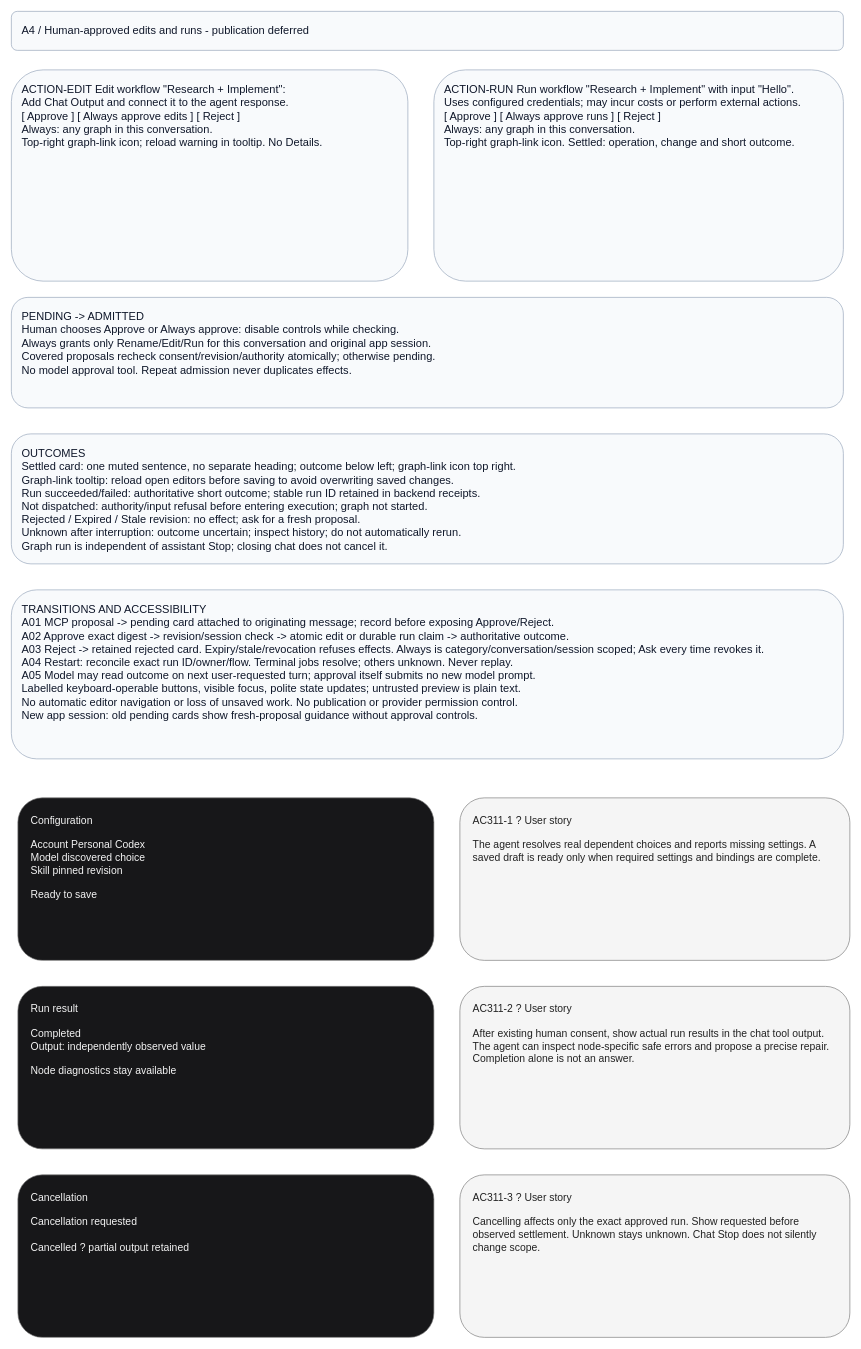
The draw.io diagram page "A4 - Human-approved graph actions" (4 of 8) of projects/laomedo/subsystems/agent-execution/design/application-assistant.drawio in amadou-6e/specs, before the edit. Source tidied: cells renumbered, new cells numbered last; positions are measured from the earlier drawing's top-left corner, leaving out a move shared by most shapes. Both pictures are drawn from the tidied source at 65%, with x=0, y=0 at pixel (11, 11).
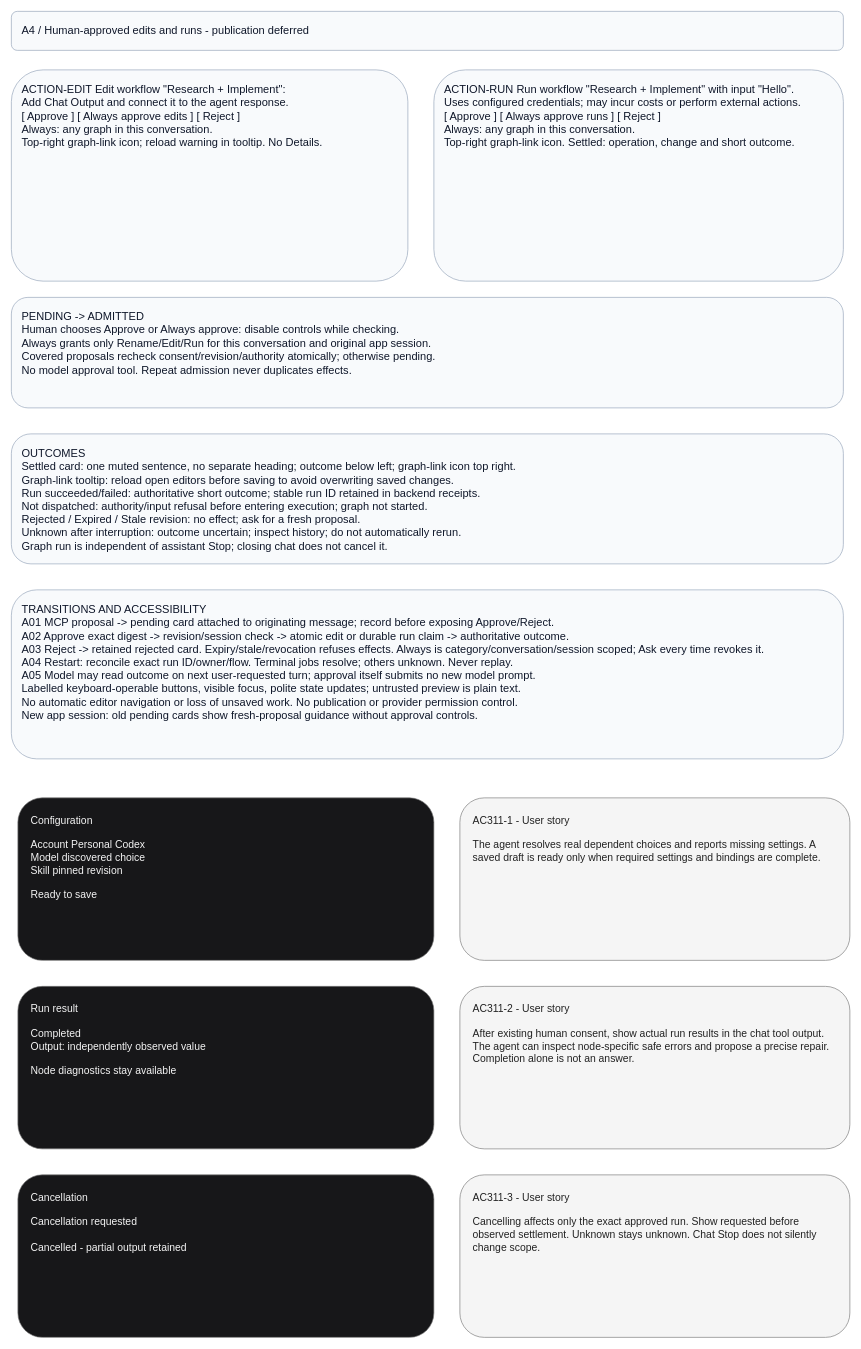
After the change.

Commit message:
Correct authoring story punctuation in A4 design

What changed in the source:
```diff
@@
 <mxGraphModel>
   <root>
     <mxCell id="0" />
     <mxCell id="1" parent="0" />
     <mxCell id="2" value="A4 / Human-approved edits and runs - publication deferred" style="rounded=1;whiteSpace=wrap;html=0;fillColor=#f8fafc;strokeColor=#94a3b8;fontColor=#0f172a;fontFamily=Arial;fontSize=17;align=left;verticalAlign=top;spacing=16;" parent="1" vertex="1">
       <mxGeometry width="1280" height="60" as="geometry" />
     </mxCell>
     <mxCell id="3" value="ACTION-EDIT  Edit workflow &quot;Research + Implement&quot;:&#10;Add Chat Output and connect it to the agent response.&#10;[ Approve ] [ Always approve edits ] [ Reject ]&#10;Always: any graph in this conversation.&#10;Top-right graph-link icon; reload warning in tooltip. No Details." style="rounded=1;whiteSpace=wrap;html=0;fillColor=#f8fafc;strokeColor=#94a3b8;fontColor=#0f172a;fontFamily=Arial;fontSize=17;align=left;verticalAlign=top;spacing=16;" parent="1" vertex="1">
       <mxGeometry y="90" width="610" height="325" as="geometry" />
     </mxCell>
     <mxCell id="4" value="ACTION-RUN  Run workflow &quot;Research + Implement&quot; with input &quot;Hello&quot;.&#10;Uses configured credentials; may incur costs or perform external actions.&#10;[ Approve ] [ Always approve runs ] [ Reject ]&#10;Always: any graph in this conversation.&#10;Top-right graph-link icon. Settled: operation, change and short outcome." style="rounded=1;whiteSpace=wrap;html=0;fillColor=#f8fafc;strokeColor=#94a3b8;fontColor=#0f172a;fontFamily=Arial;fontSize=17;align=left;verticalAlign=top;spacing=16;" parent="1" vertex="1">
       <mxGeometry x="650" y="90" width="630" height="325" as="geometry" />
     </mxCell>
     <mxCell id="5" value="PENDING -&gt; ADMITTED&#10;Human chooses Approve or Always approve: disable controls while checking.&#10;Always grants only Rename/Edit/Run for this conversation and original app session.&#10;Covered proposals recheck consent/revision/authority atomically; otherwise pending.&#10;No model approval tool. Repeat admission never duplicates effects." style="rounded=1;whiteSpace=wrap;html=0;fillColor=#f8fafc;strokeColor=#94a3b8;fontColor=#0f172a;fontFamily=Arial;fontSize=17;align=left;verticalAlign=top;spacing=16;" parent="1" vertex="1">
       <mxGeometry y="440" width="1280" height="170" as="geometry" />
     </mxCell>
     <mxCell id="6" value="OUTCOMES&#10;Settled card: one muted sentence, no separate heading; outcome below left; graph-link icon top right.&#10;Graph-link tooltip: reload open editors before saving to avoid overwriting saved changes.&#10;Run succeeded/failed: authoritative short outcome; stable run ID retained in backend receipts.&#10;Not dispatched: authority/input refusal before entering execution; graph not started.&#10;Rejected / Expired / Stale revision: no effect; ask for a fresh proposal.&#10;Unknown after interruption: outcome uncertain; inspect history; do not automatically rerun.&#10;Graph run is independent of assistant Stop; closing chat does not cancel it." style="rounded=1;whiteSpace=wrap;html=0;fillColor=#f8fafc;strokeColor=#94a3b8;fontColor=#0f172a;fontFamily=Arial;fontSize=17;align=left;verticalAlign=top;spacing=16;" parent="1" vertex="1">
       <mxGeometry y="650" width="1280" height="200" as="geometry" />
     </mxCell>
     <mxCell id="7" value="TRANSITIONS AND ACCESSIBILITY&#10;A01 MCP proposal -&gt; pending card attached to originating message; record before exposing Approve/Reject.&#10;A02 Approve exact digest -&gt; revision/session check -&gt; atomic edit or durable run claim -&gt; authoritative outcome.&#10;A03 Reject -&gt; retained rejected card. Expiry/stale/revocation refuses effects. Always is category/conversation/session scoped; Ask every time revokes it.&#10;A04 Restart: reconcile exact run ID/owner/flow. Terminal jobs resolve; others unknown. Never replay.&#10;A05 Model may read outcome on next user-requested turn; approval itself submits no new model prompt.&#10;Labelled keyboard-operable buttons, visible focus, polite state updates; untrusted preview is plain text.&#10;No automatic editor navigation or loss of unsaved work. No publication or provider permission control.&#10;New app session: old pending cards show fresh-proposal guidance without approval controls." style="rounded=1;whiteSpace=wrap;html=0;fillColor=#f8fafc;strokeColor=#94a3b8;fontColor=#0f172a;fontFamily=Arial;fontSize=17;align=left;verticalAlign=top;spacing=16;" parent="1" vertex="1">
       <mxGeometry y="890" width="1280" height="260" as="geometry" />
     </mxCell>
     <mxCell id="8" value="Configuration&#10;&#10;Account  Personal Codex&#10;Model  discovered choice&#10;Skill  pinned revision&#10;&#10;Ready to save" style="rounded=1;whiteSpace=wrap;html=0;align=left;verticalAlign=top;spacing=20;fontSize=16;fillColor=#171719;fontColor=#f5f5f5;strokeColor=#777777;" parent="1" vertex="1">
       <mxGeometry x="10" y="1210" width="640" height="250" as="geometry" />
     </mxCell>
-    <mxCell id="9" value="AC311-1 ? User story&#10;&#10;The agent resolves real dependent choices and reports missing settings. A saved draft is ready only when required settings and bindings are complete." style="rounded=1;whiteSpace=wrap;html=0;align=left;verticalAlign=top;spacing=20;fontSize=16;fillColor=#f5f5f5;fontColor=#222222;strokeColor=#777777;" parent="1" vertex="1">
+    <mxCell id="9" value="AC311-1 - User story&#10;&#10;The agent resolves real dependent choices and reports missing settings. A saved draft is ready only when required settings and bindings are complete." style="rounded=1;whiteSpace=wrap;html=0;align=left;verticalAlign=top;spacing=20;fontSize=16;fillColor=#f5f5f5;fontColor=#222222;strokeColor=#777777;" parent="1" vertex="1">
       <mxGeometry x="690" y="1210" width="600" height="250" as="geometry" />
     </mxCell>
     <mxCell id="10" value="Run result&#10;&#10;Completed&#10;Output: independently observed value&#10;&#10;Node diagnostics stay available" style="rounded=1;whiteSpace=wrap;html=0;align=left;verticalAlign=top;spacing=20;fontSize=16;fillColor=#171719;fontColor=#f5f5f5;strokeColor=#777777;" parent="1" vertex="1">
       <mxGeometry x="10" y="1500" width="640" height="250" as="geometry" />
     </mxCell>
-    <mxCell id="11" value="AC311-2 ? User story&#10;&#10;After existing human consent, show actual run results in the chat tool output. The agent can inspect node-specific safe errors and propose a precise repair. Completion alone is not an answer." style="rounded=1;whiteSpace=wrap;html=0;align=left;verticalAlign=top;spacing=20;fontSize=16;fillColor=#f5f5f5;fontColor=#222222;strokeColor=#777777;" parent="1" vertex="1">
+    <mxCell id="11" value="AC311-2 - User story&#10;&#10;After existing human consent, show actual run results in the chat tool output. The agent can inspect node-specific safe errors and propose a precise repair. Completion alone is not an answer." style="rounded=1;whiteSpace=wrap;html=0;align=left;verticalAlign=top;spacing=20;fontSize=16;fillColor=#f5f5f5;fontColor=#222222;strokeColor=#777777;" parent="1" vertex="1">
       <mxGeometry x="690" y="1500" width="600" height="250" as="geometry" />
     </mxCell>
-    <mxCell id="12" value="Cancellation&#10;&#10;Cancellation requested&#10;&#10;Cancelled ? partial output retained" style="rounded=1;whiteSpace=wrap;html=0;align=left;verticalAlign=top;spacing=20;fontSize=16;fillColor=#171719;fontColor=#f5f5f5;strokeColor=#777777;" parent="1" vertex="1">
+    <mxCell id="12" value="Cancellation&#10;&#10;Cancellation requested&#10;&#10;Cancelled - partial output retained" style="rounded=1;whiteSpace=wrap;html=0;align=left;verticalAlign=top;spacing=20;fontSize=16;fillColor=#171719;fontColor=#f5f5f5;strokeColor=#777777;" parent="1" vertex="1">
       <mxGeometry x="10" y="1790" width="640" height="250" as="geometry" />
     </mxCell>
-    <mxCell id="13" value="AC311-3 ? User story&#10;&#10;Cancelling affects only the exact approved run. Show requested before observed settlement. Unknown stays unknown. Chat Stop does not silently change scope." style="rounded=1;whiteSpace=wrap;html=0;align=left;verticalAlign=top;spacing=20;fontSize=16;fillColor=#f5f5f5;fontColor=#222222;strokeColor=#777777;" parent="1" vertex="1">
+    <mxCell id="13" value="AC311-3 - User story&#10;&#10;Cancelling affects only the exact approved run. Show requested before observed settlement. Unknown stays unknown. Chat Stop does not silently change scope." style="rounded=1;whiteSpace=wrap;html=0;align=left;verticalAlign=top;spacing=20;fontSize=16;fillColor=#f5f5f5;fontColor=#222222;strokeColor=#777777;" parent="1" vertex="1">
       <mxGeometry x="690" y="1790" width="600" height="250" as="geometry" />
     </mxCell>
   </root>
 </mxGraphModel>
```
